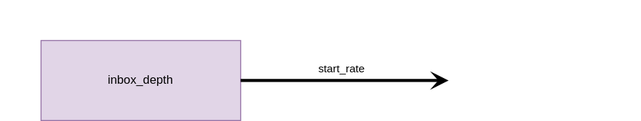
Above: flow (2).svg in gjaimeosorio/compulab_test (draw.io), before the change. Source tidied: cells renumbered, new cells last; positions are measured from the earlier drawing's top-left corner, leaving out a move shared by most shapes.
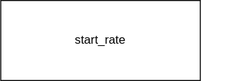
After the commit.

Change to the diagram source:
```diff
@@ -2,18 +2,8 @@
   <root>
     <mxCell id="0" />
     <mxCell id="1" parent="0" />
-    <mxCell id="2" value="inbox_depth" style="rounded=0;whiteSpace=wrap;html=1;fillColor=#e1d5e7;strokeColor=#9673a6;" parent="1" vertex="1">
-      <mxGeometry width="200" height="80" as="geometry" />
-    </mxCell>
-    <mxCell id="3" style="edgeStyle=orthogonalEdgeStyle;rounded=0;jettySize=auto;html=1;exitX=1;exitY=0.5;exitDx=0;exitDy=0;strokeWidth=3;" parent="1" edge="1" source="2">
-      <mxGeometry relative="1" as="geometry">
-        <mxPoint x="400" y="40" as="targetPoint" />
-      </mxGeometry>
-    </mxCell>
-    <mxCell id="4" value="start_rate" style="edgeLabel;html=1;align=center;verticalAlign=middle;" parent="3" vertex="1">
-      <mxGeometry x="-0.2" y="2" relative="1" as="geometry">
-        <mxPoint x="10" y="-12" as="offset" />
-      </mxGeometry>
+    <mxCell id="4" value="start_rate" style="rounded=0;whiteSpace=wrap;html=1;" parent="1" vertex="1">
+      <mxGeometry width="200" height="80" as="geometry" />
     </mxCell>
   </root>
 </mxGraphModel>
```
